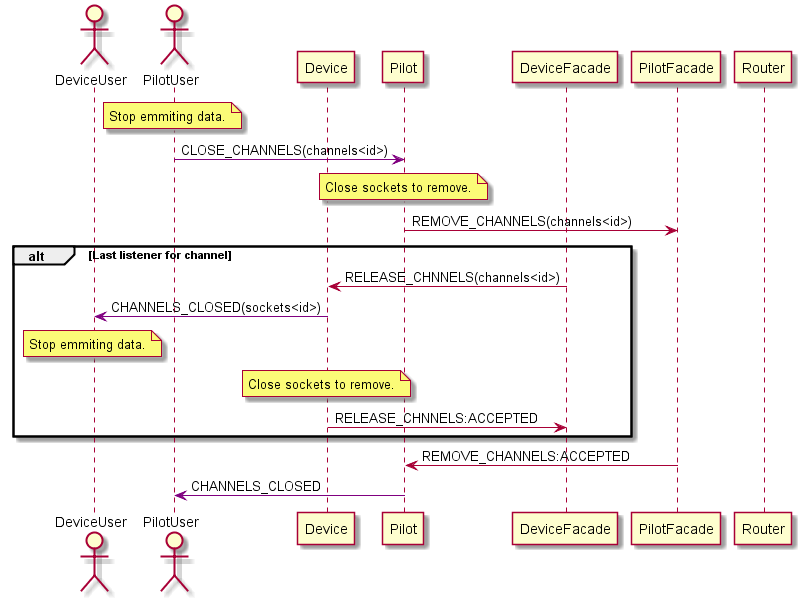
Above: doc/flows/7_channels_release.png in nawbar23/fleetmgr (PlantUML), before the change. The source it was exported from:
```plantuml
@startuml

actor DeviceUser
actor PilotUser
participant Device
participant Pilot
participant DeviceFacade
participant PilotFacade
participant Router

note over PilotUser: Stop emmiting data.
PilotUser -[#purple]> Pilot: CLOSE_CHANNELS(channels<id>)

note over Pilot: Close sockets to remove.

Pilot -> PilotFacade: REMOVE_CHANNELS(channels<id>)

alt Last listener for channel


DeviceFacade -> Device: RELEASE_CHNNELS(channels<id>)

Device -[#purple]> DeviceUser: CHANNELS_CLOSED(sockets<id>)
note over DeviceUser: Stop emmiting data.
note over Device: Close sockets to remove.
Device -> DeviceFacade: RELEASE_CHNNELS:ACCEPTED



end



PilotFacade -> Pilot: REMOVE_CHANNELS:ACCEPTED

Pilot -[#purple]> PilotUser: CHANNELS_CLOSED

@enduml
```
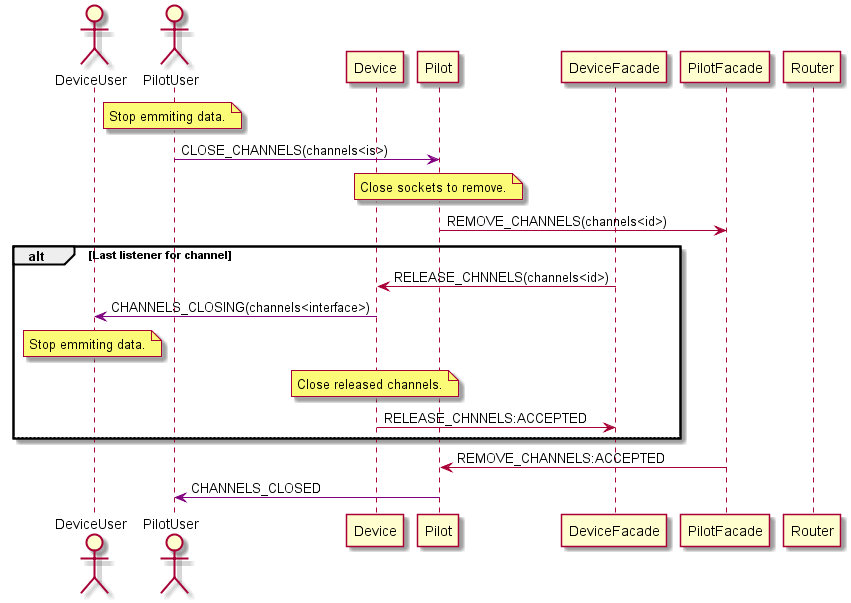
After the change.

What changed in the source:
```diff
@@ -9,7 +9,7 @@
 participant Router
 
 note over PilotUser: Stop emmiting data.
-PilotUser -[#purple]> Pilot: CLOSE_CHANNELS(channels<id>)
+PilotUser -[#purple]> Pilot: CLOSE_CHANNELS(channels<is>)
 
 note over Pilot: Close sockets to remove.
 
@@ -20,15 +20,17 @@
 
 DeviceFacade -> Device: RELEASE_CHNNELS(channels<id>)
 
-Device -[#purple]> DeviceUser: CHANNELS_CLOSED(sockets<id>)
+Device -[#purple]> DeviceUser: CHANNELS_CLOSING(channels<interface>)
 note over DeviceUser: Stop emmiting data.
-note over Device: Close sockets to remove.
+note over Device: Close released channels.
 Device -> DeviceFacade: RELEASE_CHNNELS:ACCEPTED
 
 
 
+else
+
+
 end
-
 
 
 PilotFacade -> Pilot: REMOVE_CHANNELS:ACCEPTED
```
